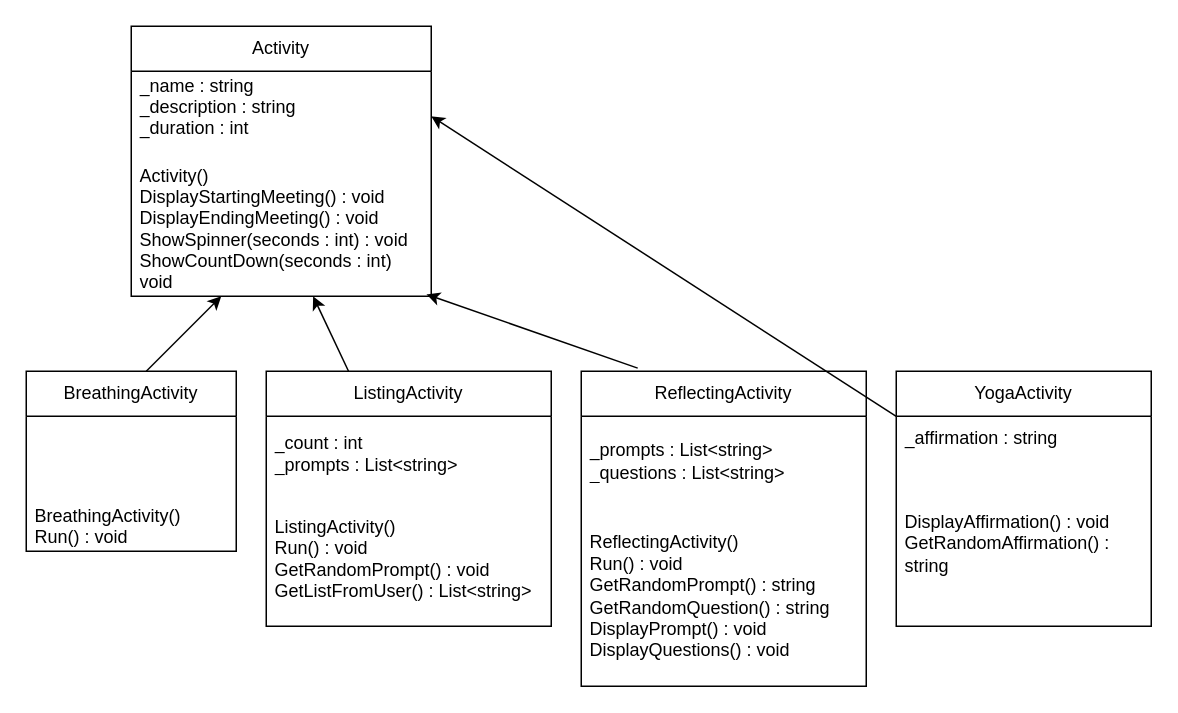
Above: week05/Mindfulness/Activity.drawio in DJMcMahon31/CSE210-projects (draw.io), before the change. Source tidied: cells renumbered, new cells numbered last; positions are measured from the earlier drawing's top-left corner, leaving out a move shared by most shapes. Both pictures are drawn from the tidied source at 150%, with x=0, y=0 at pixel (26, 26).
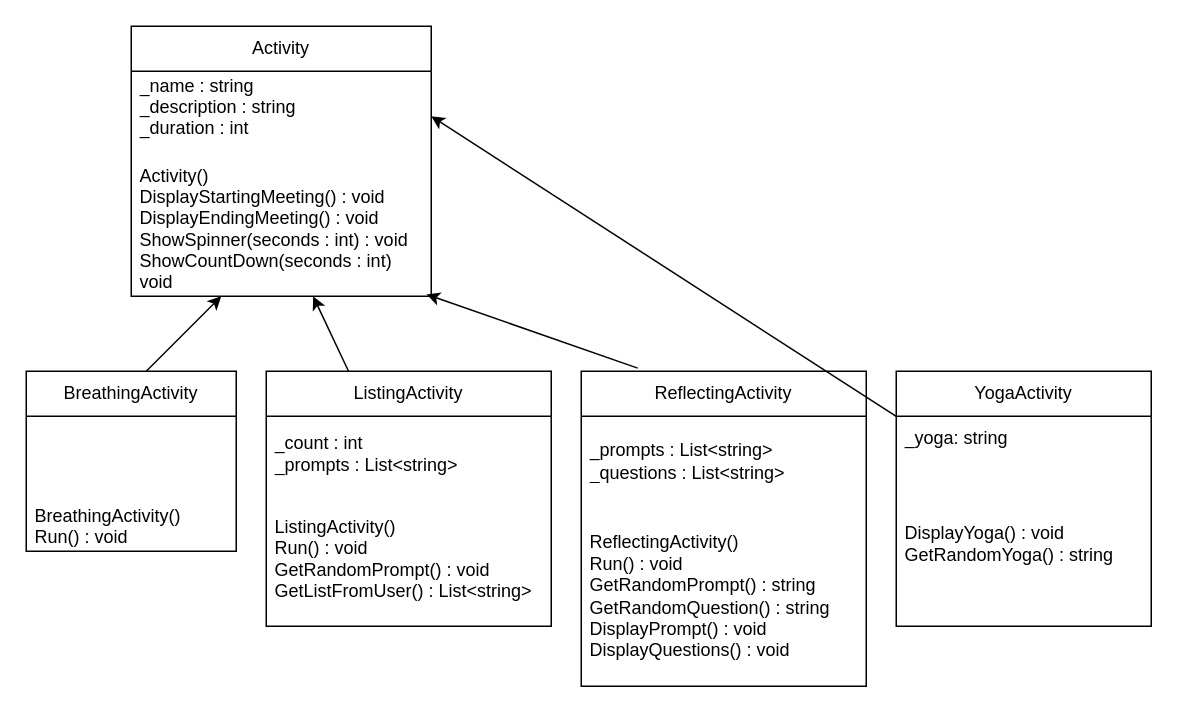
Above is the later version.

Unchanged cells that the change refers to:
```xml
<mxCell id="15" value="YogaActivity" style="swimlane;fontStyle=0;horizontal=1;startSize=30;whiteSpace=wrap;html=1;" parent="1" vertex="1">
  <mxGeometry x="580" y="230" width="170" height="170" as="geometry" />
</mxCell>
```

Change to the diagram source:
```diff
@@
-    <mxCell id="16" value="_affirmation : string" style="text;strokeColor=none;fillColor=none;align=left;verticalAlign=middle;spacingLeft=4;spacingRight=4;overflow=hidden;whiteSpace=wrap;html=1;" parent="15" vertex="1">
+    <mxCell id="16" value="_yoga: string" style="text;strokeColor=none;fillColor=none;align=left;verticalAlign=middle;spacingLeft=4;spacingRight=4;overflow=hidden;whiteSpace=wrap;html=1;" parent="15" vertex="1">
       <mxGeometry y="30" width="170" height="30" as="geometry" />
     </mxCell>
-    <mxCell id="17" value="DisplayAffirmation() : void&lt;div&gt;GetRandomAffirmation() : string&lt;/div&gt;" style="text;strokeColor=none;fillColor=none;align=left;verticalAlign=middle;spacingLeft=4;spacingRight=4;overflow=hidden;whiteSpace=wrap;html=1;" parent="15" vertex="1">
+    <mxCell id="17" value="DisplayYoga() : void&lt;div&gt;GetRandomYoga() : string&lt;/div&gt;" style="text;strokeColor=none;fillColor=none;align=left;verticalAlign=middle;spacingLeft=4;spacingRight=4;overflow=hidden;whiteSpace=wrap;html=1;" parent="15" vertex="1">
       <mxGeometry y="60" width="170" height="110" as="geometry" />
     </mxCell>
```
